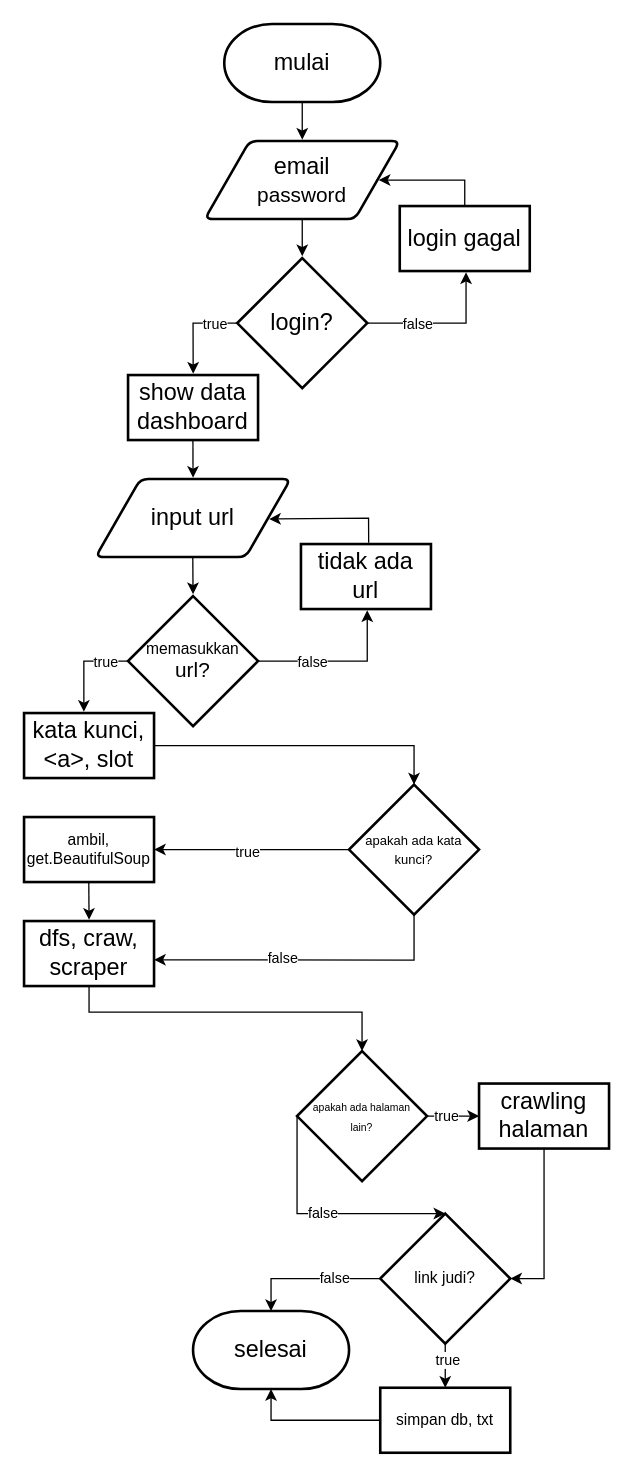
Before: page "Halaman-5" (5 of 6) of Diagram Tanpa Judul.drawio in CyberFullStackDeveloperArr/coba, a draw.io diagram. Source tidied: cells renumbered, new cells numbered last; positions are measured from the earlier drawing's top-left corner, leaving out a move shared by most shapes. Both pictures are drawn from the tidied source at 130%, with x=0, y=0 at pixel (23, 23).
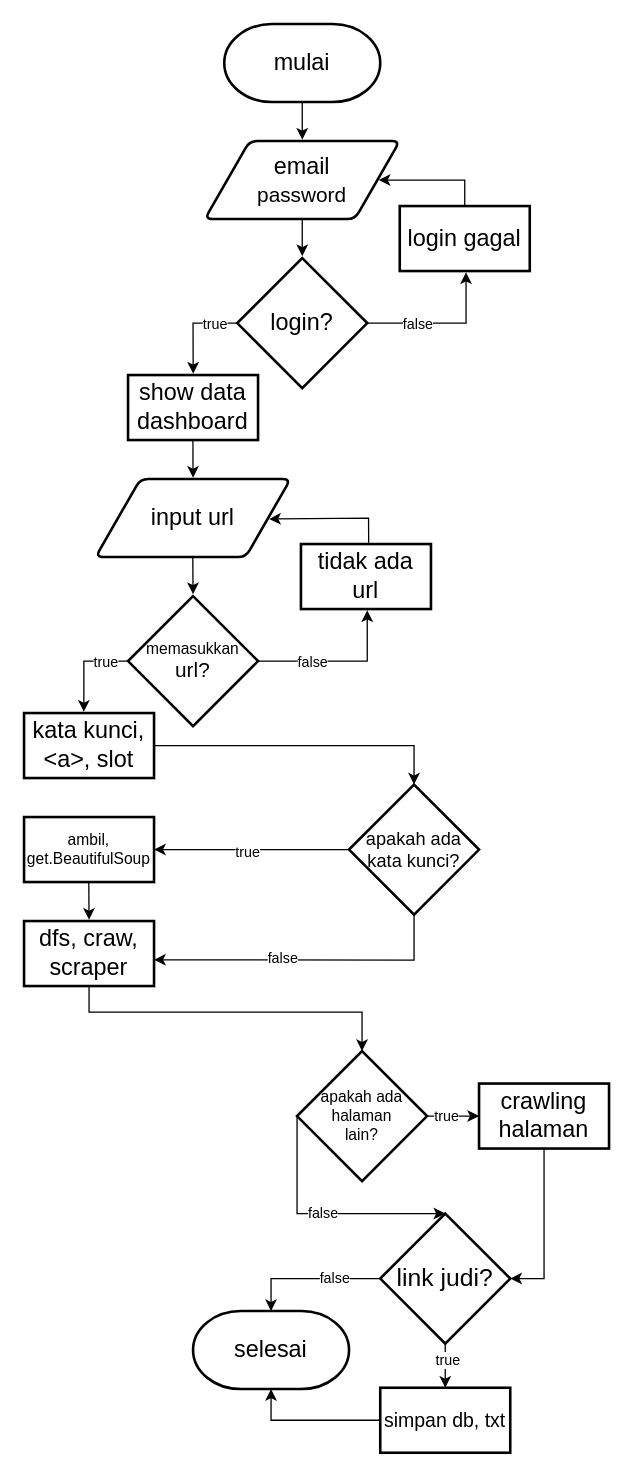
The same diagram, later.

Diff of the diagram source:
```diff
@@
-    <mxCell id="27" value="&lt;font style=&quot;font-size: 12px;&quot;&gt;ambil, get.BeautifulSoup&lt;/font&gt;" style="rounded=0;whiteSpace=wrap;html=1;absoluteArcSize=1;arcSize=14;strokeWidth=2;" parent="1" vertex="1">
+    <mxCell id="27" value="&lt;font&gt;ambil, get.BeautifulSoup&lt;/font&gt;" style="rounded=0;whiteSpace=wrap;html=1;absoluteArcSize=1;arcSize=14;strokeWidth=2;" parent="1" vertex="1">
       <mxGeometry y="610" width="100" height="50" as="geometry" />
     </mxCell>
-    <mxCell id="28" value="link judi?" style="strokeWidth=2;html=1;shape=mxgraph.flowchart.decision;whiteSpace=wrap;" parent="1" vertex="1">
+    <mxCell id="28" value="&lt;font style=&quot;font-size: 19px;&quot;&gt;link judi?&lt;/font&gt;" style="strokeWidth=2;html=1;shape=mxgraph.flowchart.decision;whiteSpace=wrap;" parent="1" vertex="1">
       <mxGeometry x="274" y="915" width="100" height="100" as="geometry" />
     </mxCell>
-    <mxCell id="29" value="simpan db, txt" style="rounded=0;whiteSpace=wrap;html=1;absoluteArcSize=1;arcSize=14;strokeWidth=2;" parent="1" vertex="1">
+    <mxCell id="29" value="&lt;font style=&quot;font-size: 15px;&quot;&gt;simpan db, txt&lt;/font&gt;" style="rounded=0;whiteSpace=wrap;html=1;absoluteArcSize=1;arcSize=14;strokeWidth=2;" parent="1" vertex="1">
       <mxGeometry x="274" y="1049" width="100" height="50" as="geometry" />
     </mxCell>
@@
-    <mxCell id="32" value="&lt;font style=&quot;font-size: 10px;&quot;&gt;apakah ada kata kunci?&lt;/font&gt;" style="strokeWidth=2;html=1;shape=mxgraph.flowchart.decision;whiteSpace=wrap;" parent="1" vertex="1">
+    <mxCell id="32" value="&lt;font style=&quot;font-size: 14px;&quot;&gt;apakah ada kata kunci?&lt;/font&gt;" style="strokeWidth=2;html=1;shape=mxgraph.flowchart.decision;whiteSpace=wrap;" parent="1" vertex="1">
       <mxGeometry x="250" y="585" width="100" height="100" as="geometry" />
     </mxCell>
@@
-    <mxCell id="38" value="&lt;font style=&quot;font-size: 8px;&quot;&gt;apakah ada halaman&lt;br&gt;lain?&lt;/font&gt;" style="strokeWidth=2;html=1;shape=mxgraph.flowchart.decision;whiteSpace=wrap;" parent="1" vertex="1">
+    <mxCell id="38" value="&lt;font&gt;apakah ada halaman&lt;br&gt;lain?&lt;/font&gt;" style="strokeWidth=2;html=1;shape=mxgraph.flowchart.decision;whiteSpace=wrap;" parent="1" vertex="1">
       <mxGeometry x="210" y="790" width="100" height="100" as="geometry" />
     </mxCell>
```
